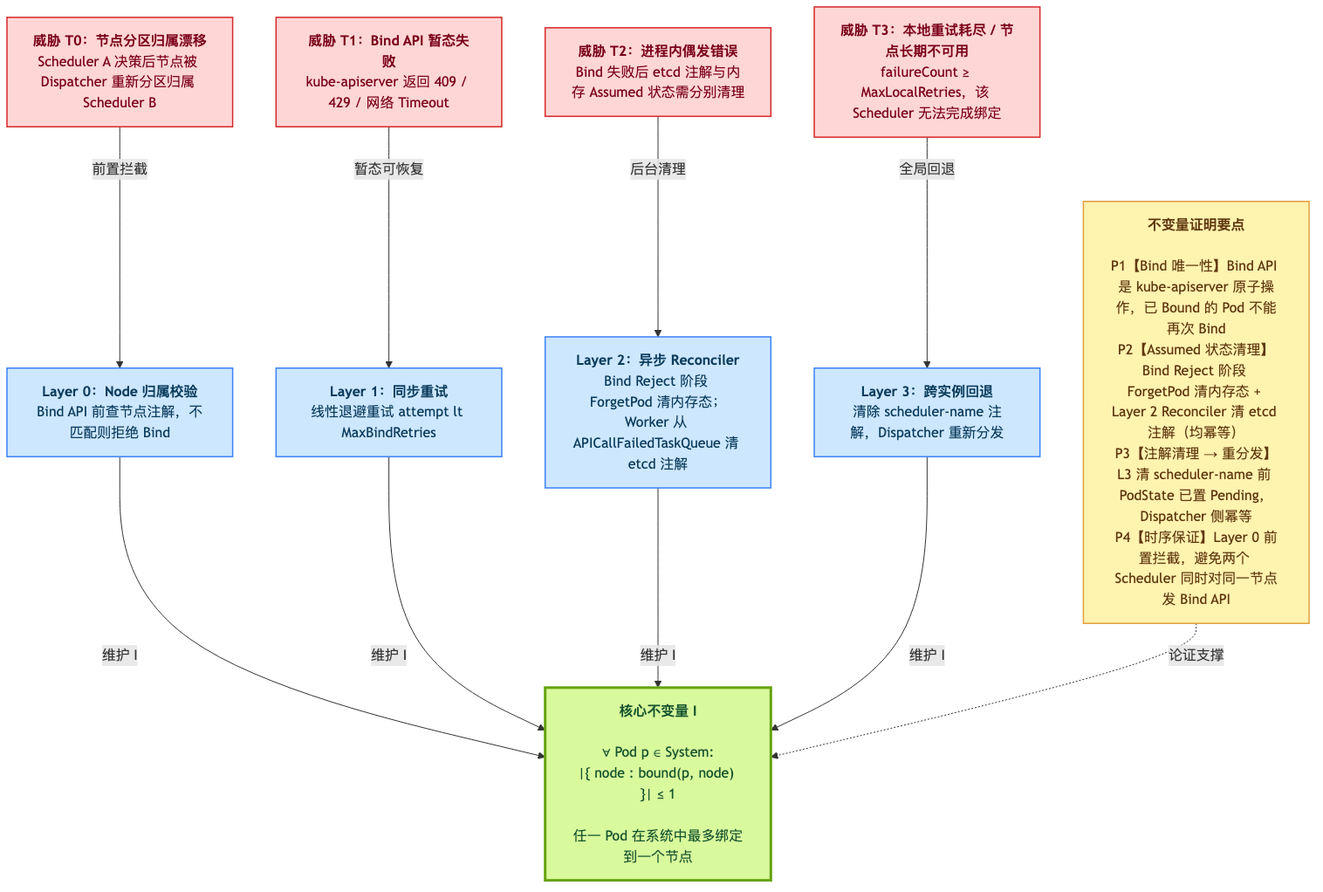
This is docs/thesis/figures/fig4-3-consistency-invariant.png from tengfei86/godel-scheduler, a Mermaid export, as it was before one commit. Its source is kept beside it as docs/thesis/figures/fig4-3-consistency-invariant.mmd.
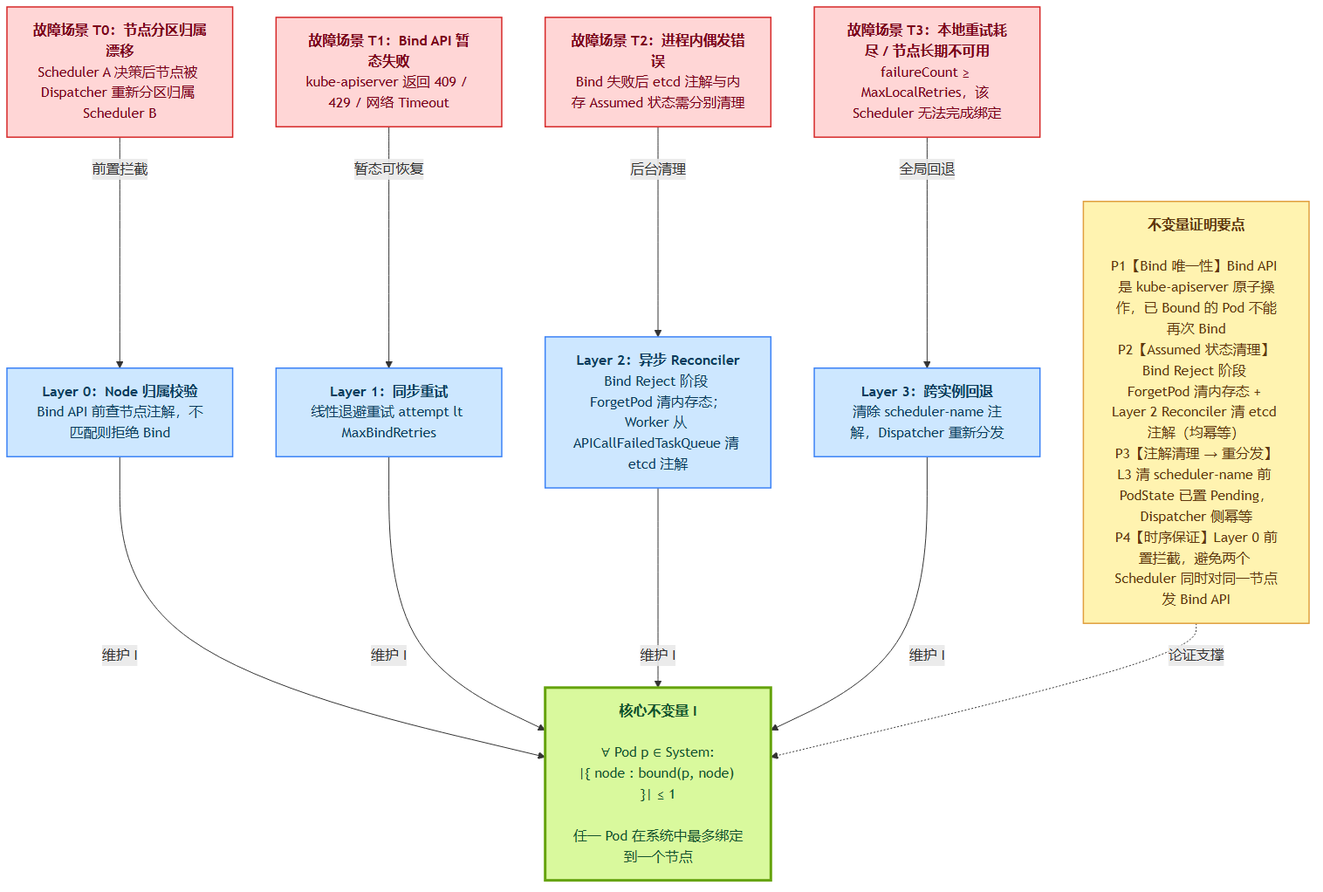
Later version of the same file.

Change to the diagram source:
```diff
@@ -1,16 +1,16 @@
 flowchart TB
     INV["<b>核心不变量 I</b><br/><br/>∀ Pod p ∈ System:<br/>|{ node : bound(p, node) }| ≤ 1<br/><br/>任一 Pod 在系统中最多绑定到一个节点"]:::invariant
 
-    T0["<b>威胁 T0：节点分区归属漂移</b><br/>Scheduler A 决策后节点被 Dispatcher 重新分区归属 Scheduler B"]:::threat
+    T0["<b>故障场景 T0：节点分区归属漂移</b><br/>Scheduler A 决策后节点被 Dispatcher 重新分区归属 Scheduler B"]:::threat
     D0["<b>Layer 0：Node 归属校验</b><br/>Bind API 前查节点注解，不匹配则拒绝 Bind"]:::defense
 
-    T1["<b>威胁 T1：Bind API 暂态失败</b><br/>kube-apiserver 返回 409 / 429 / 网络 Timeout"]:::threat
+    T1["<b>故障场景 T1：Bind API 暂态失败</b><br/>kube-apiserver 返回 409 / 429 / 网络 Timeout"]:::threat
     D1["<b>Layer 1：同步重试</b><br/>线性退避重试 attempt lt MaxBindRetries"]:::defense
 
-    T2["<b>威胁 T2：进程内偶发错误</b><br/>Bind 失败后 etcd 注解与内存 Assumed 状态需分别清理"]:::threat
+    T2["<b>故障场景 T2：进程内偶发错误</b><br/>Bind 失败后 etcd 注解与内存 Assumed 状态需分别清理"]:::threat
     D2["<b>Layer 2：异步 Reconciler</b><br/>Bind Reject 阶段 ForgetPod 清内存态；<br/>Worker 从 APICallFailedTaskQueue 清 etcd 注解"]:::defense
 
-    T3["<b>威胁 T3：本地重试耗尽 / 节点长期不可用</b><br/>failureCount ≥ MaxLocalRetries，该 Scheduler 无法完成绑定"]:::threat
+    T3["<b>故障场景 T3：本地重试耗尽 / 节点长期不可用</b><br/>failureCount ≥ MaxLocalRetries，该 Scheduler 无法完成绑定"]:::threat
     D3["<b>Layer 3：跨实例回退</b><br/>清除 scheduler-name 注解，Dispatcher 重新分发"]:::defense
 
     T0 -->|前置拦截| D0
```
